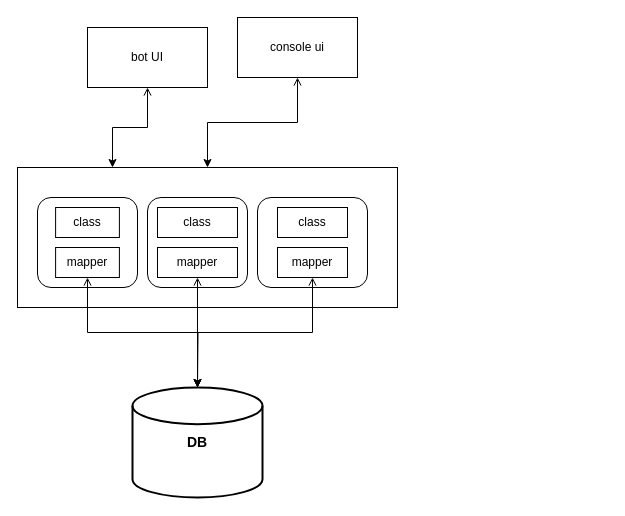
Earlier version of the draw.io diagram page "Page-1" (1 of 3) of todo-list arch.drawio (ArturGalimskyDeveloper/ToDoList). Source tidied: cells renumbered, new cells numbered last; positions are measured from the earlier drawing's top-left corner, leaving out a move shared by most shapes. Both pictures are drawn from the tidied source at 100%, with x=0, y=0 at pixel (17, 17).
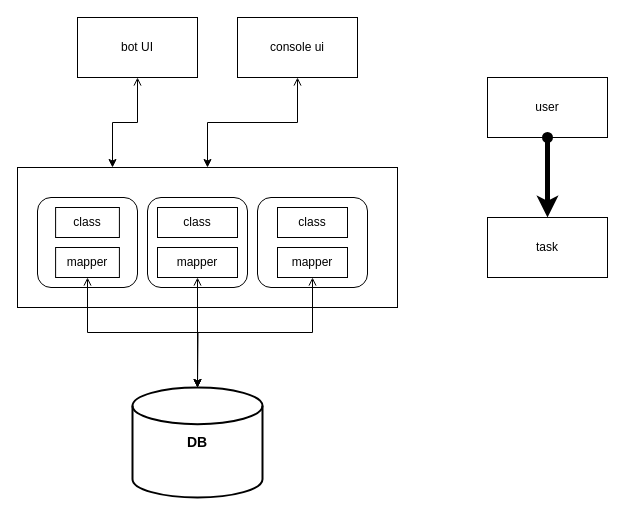
The same page after the edit.

Commit message (it also covers changes not shown here):
User init

What changed in the source:
```diff
@@
     <mxCell id="4" value="bot UI" style="rounded=0;whiteSpace=wrap;html=1;" parent="1" vertex="1">
-      <mxGeometry x="70" y="10" width="120" height="60" as="geometry" />
+      <mxGeometry x="60" width="120" height="60" as="geometry" />
     </mxCell>
@@
+    <mxCell id="23" value="user" style="rounded=0;whiteSpace=wrap;html=1;" parent="1" vertex="1">
+      <mxGeometry x="470" y="60" width="120" height="60" as="geometry" />
+    </mxCell>
+    <mxCell id="24" value="task" style="rounded=0;whiteSpace=wrap;html=1;" parent="1" vertex="1">
+      <mxGeometry x="470" y="200" width="120" height="60" as="geometry" />
+    </mxCell>
+    <mxCell id="25" style="edgeStyle=orthogonalEdgeStyle;rounded=0;jettySize=auto;html=1;exitX=0.5;exitY=1;exitDx=0;exitDy=0;entryX=0.5;entryY=0;entryDx=0;entryDy=0;startArrow=oval;startFill=0;strokeWidth=5;" parent="1" edge="1" source="23" target="24">
+      <mxGeometry relative="1" as="geometry" />
+    </mxCell>
```
